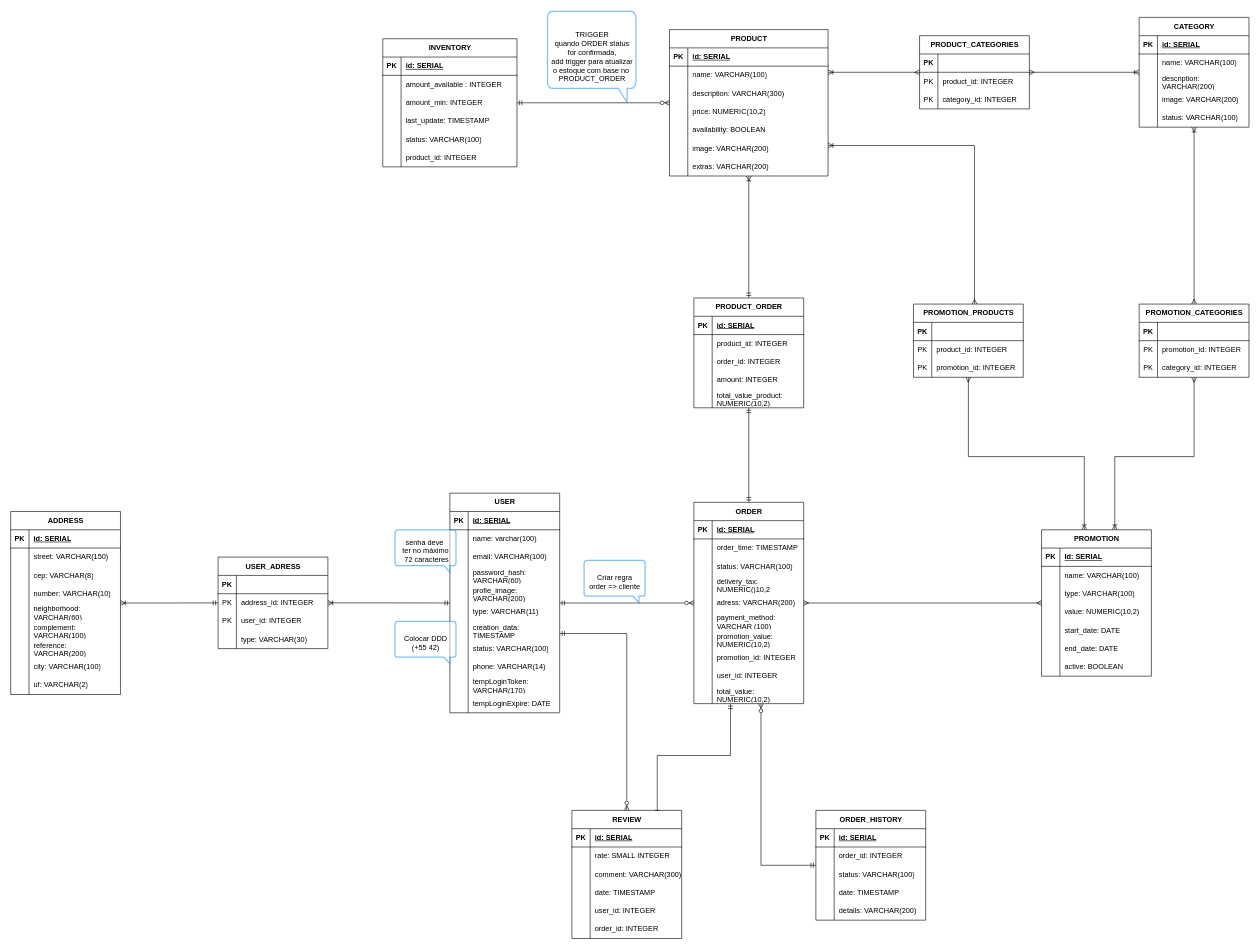
Above: DescomplicAI(1).drawio in DescomplicAI-Lions/BancoDeDadosDiagrama (draw.io), before the change. Source tidied: cells renumbered, new cells numbered last; positions are measured from the earlier drawing's top-left corner, leaving out a move shared by most shapes. Both pictures are drawn from the tidied source at 61%, with x=0, y=0 at pixel (10, 11).
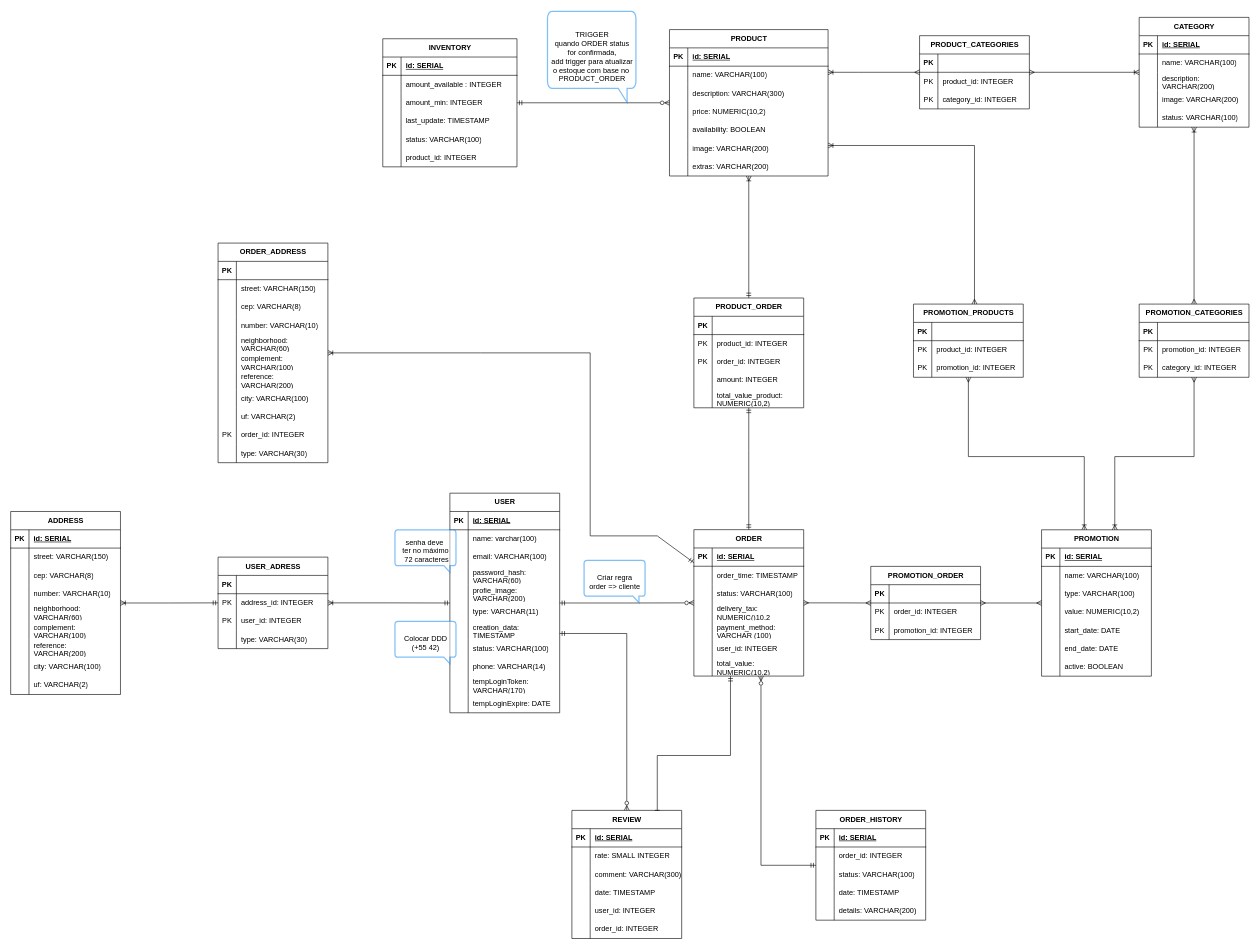
After the change.

Unchanged cells that the change refers to:
```xml
<mxCell id="71" value="PROMOTION" style="shape=table;startSize=30;childLayout=tableLayout;rowLines=0;fontStyle=1;align=center;html=1;" parent="1" vertex="1">
  <mxGeometry x="1690" y="850" width="180" height="240" as="geometry" />
</mxCell>
<mxCell id="185" style="shape=tableRow;horizontal=0;startSize=0;swimlaneHead=0;swimlaneBody=0;fillColor=none;top=0;left=0;right=0;bottom=1;" parent="184" vertex="1">
  <mxGeometry y="30" width="180" height="30" as="geometry" />
</mxCell>
<mxCell id="188" style="shape=tableRow;horizontal=0;startSize=0;swimlaneHead=0;swimlaneBody=0;fillColor=none;top=0;left=0;right=0;bottom=0;" parent="184" vertex="1">
  <mxGeometry y="60" width="180" height="30" as="geometry" />
</mxCell>
<mxCell id="191" style="shape=tableRow;horizontal=0;startSize=0;swimlaneHead=0;swimlaneBody=0;fillColor=none;top=0;left=0;right=0;bottom=0;" parent="184" vertex="1">
  <mxGeometry y="90" width="180" height="30" as="geometry" />
</mxCell>
```

What changed in the source:
```diff
@@
     <mxCell id="40" value="ORDER" style="shape=table;startSize=30;childLayout=tableLayout;rowLines=0;fontStyle=1;align=center;html=1;" parent="1" vertex="1">
-      <mxGeometry x="1120" y="805" width="180" height="330" as="geometry" />
+      <mxGeometry x="1120" y="849.8" width="180" height="240" as="geometry" />
     </mxCell>
@@
-    <mxCell id="53" style="shape=tableRow;horizontal=0;startSize=0;swimlaneHead=0;swimlaneBody=0;fillColor=none;top=0;left=0;right=0;bottom=0;" parent="40" vertex="1">
-      <mxGeometry y="150" width="180" height="30" as="geometry" />
-    </mxCell>
-    <mxCell id="54" style="shape=partialRectangle;fillColor=none;top=0;left=0;bottom=0;right=0;overflow=hidden;whiteSpace=wrap;html=1;" parent="53" vertex="1">
-      <mxGeometry width="30" height="30" as="geometry" />
-    </mxCell>
-    <mxCell id="55" value="adress: VARCHAR(200)" style="shape=partialRectangle;fillColor=none;top=0;left=0;bottom=0;right=0;align=left;spacingLeft=6;overflow=hidden;whiteSpace=wrap;html=1;" parent="53" vertex="1">
-      <mxGeometry x="30" width="150" height="30" as="geometry" />
-    </mxCell>
     <mxCell id="56" style="shape=tableRow;horizontal=0;startSize=0;swimlaneHead=0;swimlaneBody=0;fillColor=none;top=0;left=0;right=0;bottom=0;" parent="40" vertex="1">
-      <mxGeometry y="180" width="180" height="30" as="geometry" />
+      <mxGeometry y="150" width="180" height="30" as="geometry" />
     </mxCell>
@@
-    <mxCell id="59" style="shape=tableRow;horizontal=0;startSize=0;swimlaneHead=0;swimlaneBody=0;fillColor=none;top=0;left=0;right=0;bottom=0;" parent="40" vertex="1">
-      <mxGeometry y="210" width="180" height="30" as="geometry" />
-    </mxCell>
-    <mxCell id="60" style="shape=partialRectangle;fillColor=none;top=0;left=0;bottom=0;right=0;overflow=hidden;whiteSpace=wrap;html=1;" parent="59" vertex="1">
-      <mxGeometry width="30" height="30" as="geometry" />
-    </mxCell>
-    <mxCell id="61" value="promotion_value: NUMERIC(10,2)" style="shape=partialRectangle;fillColor=none;top=0;left=0;bottom=0;right=0;align=left;spacingLeft=6;overflow=hidden;whiteSpace=wrap;html=1;" parent="59" vertex="1">
-      <mxGeometry x="30" width="150" height="30" as="geometry" />
-    </mxCell>
-    <mxCell id="62" style="shape=tableRow;horizontal=0;startSize=0;swimlaneHead=0;swimlaneBody=0;fillColor=none;top=0;left=0;right=0;bottom=0;" parent="40" vertex="1">
-      <mxGeometry y="240" width="180" height="30" as="geometry" />
-    </mxCell>
-    <mxCell id="63" style="shape=partialRectangle;fillColor=none;top=0;left=0;bottom=0;right=0;overflow=hidden;whiteSpace=wrap;html=1;" parent="62" vertex="1">
-      <mxGeometry width="30" height="30" as="geometry" />
-    </mxCell>
-    <mxCell id="64" value="promotion_id: INTEGER" style="shape=partialRectangle;fillColor=none;top=0;left=0;bottom=0;right=0;align=left;spacingLeft=6;overflow=hidden;whiteSpace=wrap;html=1;" parent="62" vertex="1">
-      <mxGeometry x="30" width="150" height="30" as="geometry" />
-    </mxCell>
     <mxCell id="65" style="shape=tableRow;horizontal=0;startSize=0;swimlaneHead=0;swimlaneBody=0;fillColor=none;top=0;left=0;right=0;bottom=0;" parent="40" vertex="1">
-      <mxGeometry y="270" width="180" height="30" as="geometry" />
+      <mxGeometry y="180" width="180" height="30" as="geometry" />
     </mxCell>
@@
     <mxCell id="68" style="shape=tableRow;horizontal=0;startSize=0;swimlaneHead=0;swimlaneBody=0;fillColor=none;top=0;left=0;right=0;bottom=0;" parent="40" vertex="1">
-      <mxGeometry y="300" width="180" height="30" as="geometry" />
+      <mxGeometry y="210" width="180" height="30" as="geometry" />
     </mxCell>
@@
-    <mxCell id="187" value="id: SERIAL" style="shape=partialRectangle;fillColor=none;top=0;left=0;bottom=0;right=0;align=left;spacingLeft=6;fontStyle=5;overflow=hidden;whiteSpace=wrap;html=1;" parent="185" vertex="1">
+    <mxCell id="187" style="shape=partialRectangle;fillColor=none;top=0;left=0;bottom=0;right=0;align=left;spacingLeft=6;fontStyle=5;overflow=hidden;whiteSpace=wrap;html=1;" parent="185" vertex="1">
       <mxGeometry x="30" width="150" height="30" as="geometry" />
     </mxCell>
@@
-    <mxCell id="189" style="shape=partialRectangle;fillColor=none;top=0;left=0;bottom=0;right=0;overflow=hidden;whiteSpace=wrap;html=1;" parent="188" vertex="1">
+    <mxCell id="189" value="PK" style="shape=partialRectangle;fillColor=none;top=0;left=0;bottom=0;right=0;overflow=hidden;whiteSpace=wrap;html=1;" parent="188" vertex="1">
       <mxGeometry width="30" height="30" as="geometry" />
     </mxCell>
@@
-    <mxCell id="192" style="shape=partialRectangle;fillColor=none;top=0;left=0;bottom=0;right=0;overflow=hidden;whiteSpace=wrap;html=1;" parent="191" vertex="1">
+    <mxCell id="192" value="PK" style="shape=partialRectangle;fillColor=none;top=0;left=0;bottom=0;right=0;overflow=hidden;whiteSpace=wrap;html=1;" parent="191" vertex="1">
       <mxGeometry width="30" height="30" as="geometry" />
     </mxCell>
@@
-    <mxCell id="206" style="edgeStyle=orthogonalEdgeStyle;fontSize=12;html=1;endArrow=ERmany;startArrow=ERmany;rounded=0;startFill=0;endFill=0;" parent="1" edge="1" source="40" target="71">
+    <mxCell id="206" style="edgeStyle=orthogonalEdgeStyle;fontSize=12;html=1;endArrow=ERmany;startArrow=ERmany;rounded=0;startFill=0;endFill=0;" parent="1" edge="1" source="40" target="321">
       <mxGeometry relative="1" as="geometry" />
     </mxCell>
@@
+    <mxCell id="289" value="ORDER_ADDRESS" style="shape=table;startSize=30;childLayout=tableLayout;rowLines=0;fontStyle=1;align=center;html=1;" parent="1" vertex="1">
+      <mxGeometry x="340" y="380" width="180" height="360" as="geometry" />
+    </mxCell>
+    <mxCell id="290" style="shape=tableRow;horizontal=0;startSize=0;swimlaneHead=0;swimlaneBody=0;fillColor=none;top=0;left=0;right=0;bottom=1;" parent="289" vertex="1">
+      <mxGeometry y="30" width="180" height="30" as="geometry" />
+    </mxCell>
+    <mxCell id="291" value="PK" style="shape=partialRectangle;fillColor=none;top=0;left=0;bottom=0;right=0;fontStyle=1;overflow=hidden;whiteSpace=wrap;html=1;" parent="290" vertex="1">
+      <mxGeometry width="30" height="30" as="geometry" />
+    </mxCell>
+    <mxCell id="292" style="shape=partialRectangle;fillColor=none;top=0;left=0;bottom=0;right=0;align=left;spacingLeft=6;fontStyle=5;overflow=hidden;whiteSpace=wrap;html=1;" parent="290" vertex="1">
+      <mxGeometry x="30" width="150" height="30" as="geometry" />
+    </mxCell>
+    <mxCell id="293" style="shape=tableRow;horizontal=0;startSize=0;swimlaneHead=0;swimlaneBody=0;fillColor=none;top=0;left=0;right=0;bottom=0;" parent="289" vertex="1">
+      <mxGeometry y="60" width="180" height="30" as="geometry" />
+    </mxCell>
+    <mxCell id="294" style="shape=partialRectangle;fillColor=none;top=0;left=0;bottom=0;right=0;overflow=hidden;whiteSpace=wrap;html=1;" parent="293" vertex="1">
+      <mxGeometry width="30" height="30" as="geometry" />
+    </mxCell>
+    <mxCell id="295" value="street: VARCHAR(150)" style="shape=partialRectangle;fillColor=none;top=0;left=0;bottom=0;right=0;align=left;spacingLeft=6;overflow=hidden;whiteSpace=wrap;html=1;" parent="293" vertex="1">
+      <mxGeometry x="30" width="150" height="30" as="geometry" />
+    </mxCell>
+    <mxCell id="296" style="shape=tableRow;horizontal=0;startSize=0;swimlaneHead=0;swimlaneBody=0;fillColor=none;top=0;left=0;right=0;bottom=0;" parent="289" vertex="1">
+      <mxGeometry y="90" width="180" height="30" as="geometry" />
+    </mxCell>
+    <mxCell id="297" style="shape=partialRectangle;fillColor=none;top=0;left=0;bottom=0;right=0;overflow=hidden;whiteSpace=wrap;html=1;" parent="296" vertex="1">
+      <mxGeometry width="30" height="30" as="geometry" />
+    </mxCell>
+    <mxCell id="298" value="cep: VARCHAR(8)" style="shape=partialRectangle;fillColor=none;top=0;left=0;bottom=0;right=0;align=left;spacingLeft=6;overflow=hidden;whiteSpace=wrap;html=1;" parent="296" vertex="1">
+      <mxGeometry x="30" width="150" height="30" as="geometry" />
+    </mxCell>
+    <mxCell id="299" style="shape=tableRow;horizontal=0;startSize=0;swimlaneHead=0;swimlaneBody=0;fillColor=none;top=0;left=0;right=0;bottom=0;" parent="289" vertex="1">
+      <mxGeometry y="120" width="180" height="30" as="geometry" />
+    </mxCell>
+    <mxCell id="300" style="shape=partialRectangle;fillColor=none;top=0;left=0;bottom=0;right=0;overflow=hidden;whiteSpace=wrap;html=1;" parent="299" vertex="1">
+      <mxGeometry width="30" height="30" as="geometry" />
+    </mxCell>
+    <mxCell id="301" value="number: VARCHAR(10)" style="shape=partialRectangle;fillColor=none;top=0;left=0;bottom=0;right=0;align=left;spacingLeft=6;overflow=hidden;whiteSpace=wrap;html=1;" parent="299" vertex="1">
+      <mxGeometry x="30" width="150" height="30" as="geometry" />
+    </mxCell>
+    <mxCell id="53" style="shape=tableRow;horizontal=0;startSize=0;swimlaneHead=0;swimlaneBody=0;fillColor=none;top=0;left=0;right=0;bottom=0;" parent="289" vertex="1">
+      <mxGeometry y="150" width="180" height="30" as="geometry" />
+    </mxCell>
+    <mxCell id="302" style="shape=partialRectangle;fillColor=none;top=0;left=0;bottom=0;right=0;overflow=hidden;whiteSpace=wrap;html=1;" parent="53" vertex="1">
+      <mxGeometry width="30" height="30" as="geometry" />
+    </mxCell>
+    <mxCell id="303" value="neighborhood: VARCHAR(60)" style="shape=partialRectangle;fillColor=none;top=0;left=0;bottom=0;right=0;align=left;spacingLeft=6;overflow=hidden;whiteSpace=wrap;html=1;" parent="53" vertex="1">
+      <mxGeometry x="30" width="150" height="30" as="geometry" />
+    </mxCell>
+    <mxCell id="304" style="shape=tableRow;horizontal=0;startSize=0;swimlaneHead=0;swimlaneBody=0;fillColor=none;top=0;left=0;right=0;bottom=0;" parent="289" vertex="1">
+      <mxGeometry y="180" width="180" height="30" as="geometry" />
+    </mxCell>
+    <mxCell id="305" style="shape=partialRectangle;fillColor=none;top=0;left=0;bottom=0;right=0;overflow=hidden;whiteSpace=wrap;html=1;" parent="304" vertex="1">
+      <mxGeometry width="30" height="30" as="geometry" />
+    </mxCell>
+    <mxCell id="306" value="complement: VARCHAR(100)" style="shape=partialRectangle;fillColor=none;top=0;left=0;bottom=0;right=0;align=left;spacingLeft=6;overflow=hidden;whiteSpace=wrap;html=1;" parent="304" vertex="1">
+      <mxGeometry x="30" width="150" height="30" as="geometry" />
+    </mxCell>
+    <mxCell id="59" style="shape=tableRow;horizontal=0;startSize=0;swimlaneHead=0;swimlaneBody=0;fillColor=none;top=0;left=0;right=0;bottom=0;" parent="289" vertex="1">
+      <mxGeometry y="210" width="180" height="30" as="geometry" />
+    </mxCell>
+    <mxCell id="307" style="shape=partialRectangle;fillColor=none;top=0;left=0;bottom=0;right=0;overflow=hidden;whiteSpace=wrap;html=1;" parent="59" vertex="1">
+      <mxGeometry width="30" height="30" as="geometry" />
+    </mxCell>
+    <mxCell id="308" value="reference: VARCHAR(200)" style="shape=partialRectangle;fillColor=none;top=0;left=0;bottom=0;right=0;align=left;spacingLeft=6;overflow=hidden;whiteSpace=wrap;html=1;" parent="59" vertex="1">
+      <mxGeometry x="30" width="150" height="30" as="geometry" />
+    </mxCell>
+    <mxCell id="62" style="shape=tableRow;horizontal=0;startSize=0;swimlaneHead=0;swimlaneBody=0;fillColor=none;top=0;left=0;right=0;bottom=0;" parent="289" vertex="1">
+      <mxGeometry y="240" width="180" height="30" as="geometry" />
+    </mxCell>
+    <mxCell id="309" style="shape=partialRectangle;fillColor=none;top=0;left=0;bottom=0;right=0;overflow=hidden;whiteSpace=wrap;html=1;" parent="62" vertex="1">
+      <mxGeometry width="30" height="30" as="geometry" />
+    </mxCell>
+    <mxCell id="310" value="city: VARCHAR(100)" style="shape=partialRectangle;fillColor=none;top=0;left=0;bottom=0;right=0;align=left;spacingLeft=6;overflow=hidden;whiteSpace=wrap;html=1;" parent="62" vertex="1">
+      <mxGeometry x="30" width="150" height="30" as="geometry" />
+    </mxCell>
+    <mxCell id="311" style="shape=tableRow;horizontal=0;startSize=0;swimlaneHead=0;swimlaneBody=0;fillColor=none;top=0;left=0;right=0;bottom=0;" parent="289" vertex="1">
+      <mxGeometry y="270" width="180" height="30" as="geometry" />
+    </mxCell>
+    <mxCell id="312" style="shape=partialRectangle;fillColor=none;top=0;left=0;bottom=0;right=0;overflow=hidden;whiteSpace=wrap;html=1;" parent="311" vertex="1">
+      <mxGeometry width="30" height="30" as="geometry" />
+    </mxCell>
+    <mxCell id="313" value="uf: VARCHAR(2)" style="shape=partialRectangle;fillColor=none;top=0;left=0;bottom=0;right=0;align=left;spacingLeft=6;overflow=hidden;whiteSpace=wrap;html=1;" parent="311" vertex="1">
+      <mxGeometry x="30" width="150" height="30" as="geometry" />
+    </mxCell>
+    <mxCell id="314" style="shape=tableRow;horizontal=0;startSize=0;swimlaneHead=0;swimlaneBody=0;fillColor=none;top=0;left=0;right=0;bottom=0;" parent="289" vertex="1">
+      <mxGeometry y="300" width="180" height="30" as="geometry" />
+    </mxCell>
+    <mxCell id="315" value="PK" style="shape=partialRectangle;fillColor=none;top=0;left=0;bottom=0;right=0;overflow=hidden;whiteSpace=wrap;html=1;" parent="314" vertex="1">
+      <mxGeometry width="30" height="30" as="geometry" />
+    </mxCell>
+    <mxCell id="316" value="order_id: INTEGER" style="shape=partialRectangle;fillColor=none;top=0;left=0;bottom=0;right=0;align=left;spacingLeft=6;overflow=hidden;whiteSpace=wrap;html=1;" parent="314" vertex="1">
+      <mxGeometry x="30" width="150" height="30" as="geometry" />
+    </mxCell>
+    <mxCell id="317" style="shape=tableRow;horizontal=0;startSize=0;swimlaneHead=0;swimlaneBody=0;fillColor=none;top=0;left=0;right=0;bottom=0;" parent="289" vertex="1">
+      <mxGeometry y="330" width="180" height="30" as="geometry" />
+    </mxCell>
+    <mxCell id="318" style="shape=partialRectangle;fillColor=none;top=0;left=0;bottom=0;right=0;overflow=hidden;whiteSpace=wrap;html=1;" parent="317" vertex="1">
+      <mxGeometry width="30" height="30" as="geometry" />
+    </mxCell>
+    <mxCell id="319" value="type: VARCHAR(30)" style="shape=partialRectangle;fillColor=none;top=0;left=0;bottom=0;right=0;align=left;spacingLeft=6;overflow=hidden;whiteSpace=wrap;html=1;" parent="317" vertex="1">
+      <mxGeometry x="30" width="150" height="30" as="geometry" />
+    </mxCell>
+    <mxCell id="320" style="fontSize=12;html=1;endArrow=ERmandOne;rounded=0;startArrow=ERoneToMany;startFill=0;endFill=0;" parent="1" edge="1" source="289" target="40">
+      <mxGeometry relative="1" as="geometry">
+        <Array as="points">
+          <mxPoint x="770" y="560" />
+          <mxPoint x="950" y="560" />
+          <mxPoint x="950" y="860" />
+          <mxPoint x="1060" y="860" />
+        </Array>
+      </mxGeometry>
+    </mxCell>
+    <mxCell id="321" value="PROMOTION_ORDER" style="shape=table;startSize=30;childLayout=tableLayout;rowLines=0;fontStyle=1;align=center;html=1;" parent="1" vertex="1">
+      <mxGeometry x="1410" y="910" width="180" height="120" as="geometry" />
+    </mxCell>
+    <mxCell id="322" style="shape=tableRow;horizontal=0;startSize=0;swimlaneHead=0;swimlaneBody=0;fillColor=none;top=0;left=0;right=0;bottom=1;" parent="321" vertex="1">
+      <mxGeometry y="30" width="180" height="30" as="geometry" />
+    </mxCell>
+    <mxCell id="323" value="PK" style="shape=partialRectangle;fillColor=none;top=0;left=0;bottom=0;right=0;fontStyle=1;overflow=hidden;whiteSpace=wrap;html=1;" parent="322" vertex="1">
+      <mxGeometry width="30" height="30" as="geometry" />
+    </mxCell>
+    <mxCell id="324" style="shape=partialRectangle;fillColor=none;top=0;left=0;bottom=0;right=0;align=left;spacingLeft=6;fontStyle=5;overflow=hidden;whiteSpace=wrap;html=1;" parent="322" vertex="1">
+      <mxGeometry x="30" width="150" height="30" as="geometry" />
+    </mxCell>
+    <mxCell id="325" style="shape=tableRow;horizontal=0;startSize=0;swimlaneHead=0;swimlaneBody=0;fillColor=none;top=0;left=0;right=0;bottom=0;" parent="321" vertex="1">
+      <mxGeometry y="60" width="180" height="30" as="geometry" />
+    </mxCell>
+    <mxCell id="326" value="PK" style="shape=partialRectangle;fillColor=none;top=0;left=0;bottom=0;right=0;overflow=hidden;whiteSpace=wrap;html=1;" parent="325" vertex="1">
+      <mxGeometry width="30" height="30" as="geometry" />
+    </mxCell>
+    <mxCell id="327" value="order_id: INTEGER" style="shape=partialRectangle;fillColor=none;top=0;left=0;bottom=0;right=0;align=left;spacingLeft=6;overflow=hidden;whiteSpace=wrap;html=1;" parent="325" vertex="1">
+      <mxGeometry x="30" width="150" height="30" as="geometry" />
+    </mxCell>
+    <mxCell id="328" style="shape=tableRow;horizontal=0;startSize=0;swimlaneHead=0;swimlaneBody=0;fillColor=none;top=0;left=0;right=0;bottom=0;" parent="321" vertex="1">
+      <mxGeometry y="90" width="180" height="30" as="geometry" />
+    </mxCell>
+    <mxCell id="329" value="PK" style="shape=partialRectangle;fillColor=none;top=0;left=0;bottom=0;right=0;overflow=hidden;whiteSpace=wrap;html=1;" parent="328" vertex="1">
+      <mxGeometry width="30" height="30" as="geometry" />
+    </mxCell>
+    <mxCell id="64" value="promotion_id: INTEGER" style="shape=partialRectangle;fillColor=none;top=0;left=0;bottom=0;right=0;align=left;spacingLeft=6;overflow=hidden;whiteSpace=wrap;html=1;" parent="328" vertex="1">
+      <mxGeometry x="30" width="150" height="30" as="geometry" />
+    </mxCell>
+    <mxCell id="330" style="edgeStyle=orthogonalEdgeStyle;fontSize=12;html=1;endArrow=ERmany;startArrow=ERmany;rounded=0;startFill=0;endFill=0;" parent="1" edge="1" source="321" target="71">
+      <mxGeometry relative="1" as="geometry" />
+    </mxCell>
```
